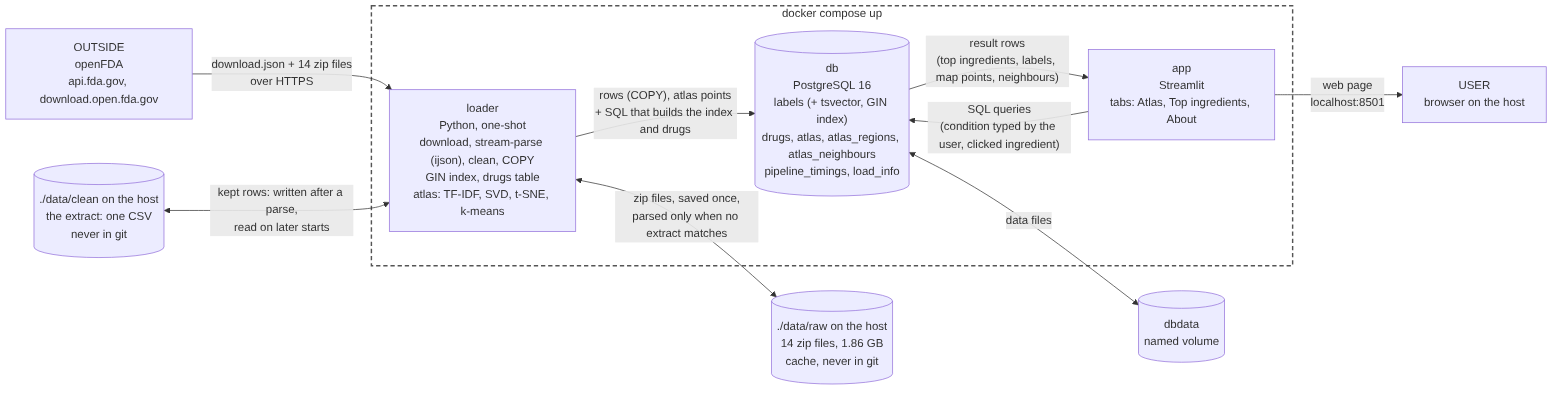
Earlier version of the Mermaid export docs/architecture.png (giulicastelli/drug-explorer). Its source is kept beside it as docs/architecture.mmd. The source it was exported from:
```mermaid
flowchart LR
    fda["OUTSIDE<br/>openFDA<br/>api.fda.gov, download.open.fda.gov"]
    raw[("./data/raw on the host<br/>14 zip files, 1.86 GB<br/>cache, never in git")]
    clean[("./data/clean on the host<br/>the extract: one CSV<br/>never in git")]
    browser["USER<br/>browser on the host"]

    subgraph compose ["docker compose up"]
        loader["loader<br/>Python, one-shot<br/>download, stream-parse (ijson), clean, COPY<br/>GIN index, drugs table<br/>atlas: TF-IDF, SVD, t-SNE, k-means"]
        db[("db<br/>PostgreSQL 16<br/>labels (+ tsvector, GIN index)<br/>drugs, atlas, atlas_regions, atlas_neighbours<br/>pipeline_timings, load_info")]
        app["app<br/>Streamlit<br/>tabs: Atlas, Top ingredients, About"]
    end

    vol[("dbdata<br/>named volume")]

    fda -- "download.json + 14 zip files<br/>over HTTPS" --> loader
    loader <-- "zip files, saved once,<br/>parsed only when no extract matches" --> raw
    clean <-- "kept rows: written after a parse,<br/>read on later starts" --> loader
    loader -- "rows (COPY), atlas points<br/>+ SQL that builds the index and drugs" --> db
    db <-- "data files" --> vol
    app -- "SQL queries<br/>(condition typed by the user, clicked ingredient)" --> db
    db -- "result rows<br/>(top ingredients, labels, map points, neighbours)" --> app
    app -- "web page<br/>localhost:8501" --> browser

    style compose fill:none,stroke:#555,stroke-width:2px,stroke-dasharray: 6 4
```
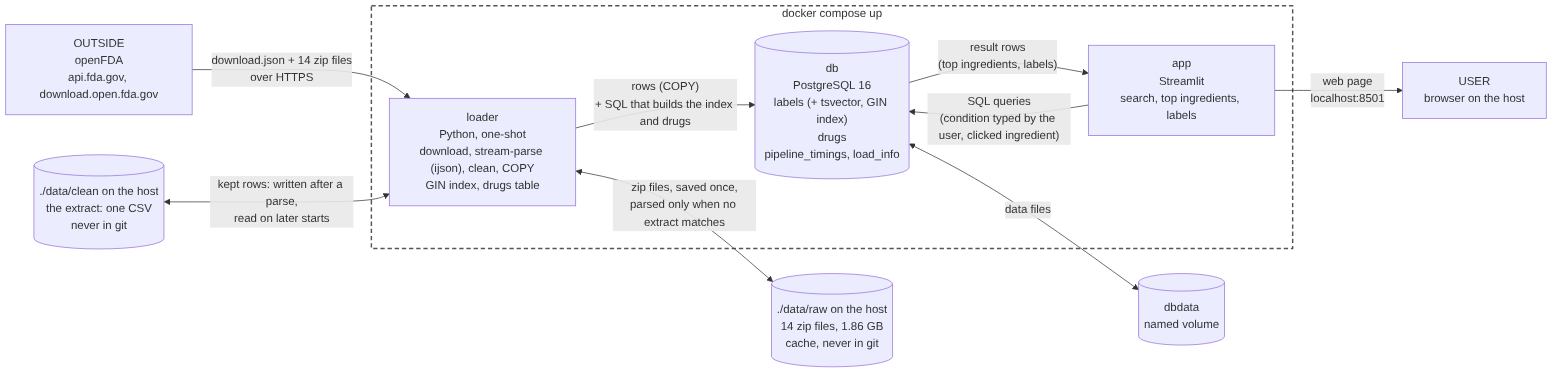
Later version of the same file.

Commit message:
Remove the atlas from compose and the diagram

What changed in the source:
```diff
@@ -5,9 +5,9 @@
     browser["USER<br/>browser on the host"]
 
     subgraph compose ["docker compose up"]
-        loader["loader<br/>Python, one-shot<br/>download, stream-parse (ijson), clean, COPY<br/>GIN index, drugs table<br/>atlas: TF-IDF, SVD, t-SNE, k-means"]
-        db[("db<br/>PostgreSQL 16<br/>labels (+ tsvector, GIN index)<br/>drugs, atlas, atlas_regions, atlas_neighbours<br/>pipeline_timings, load_info")]
-        app["app<br/>Streamlit<br/>tabs: Atlas, Top ingredients, About"]
+        loader["loader<br/>Python, one-shot<br/>download, stream-parse (ijson), clean, COPY<br/>GIN index, drugs table"]
+        db[("db<br/>PostgreSQL 16<br/>labels (+ tsvector, GIN index)<br/>drugs<br/>pipeline_timings, load_info")]
+        app["app<br/>Streamlit<br/>search, top ingredients, labels"]
     end
 
     vol[("dbdata<br/>named volume")]
@@ -15,10 +15,10 @@
     fda -- "download.json + 14 zip files<br/>over HTTPS" --> loader
     loader <-- "zip files, saved once,<br/>parsed only when no extract matches" --> raw
     clean <-- "kept rows: written after a parse,<br/>read on later starts" --> loader
-    loader -- "rows (COPY), atlas points<br/>+ SQL that builds the index and drugs" --> db
+    loader -- "rows (COPY)<br/>+ SQL that builds the index and drugs" --> db
     db <-- "data files" --> vol
     app -- "SQL queries<br/>(condition typed by the user, clicked ingredient)" --> db
-    db -- "result rows<br/>(top ingredients, labels, map points, neighbours)" --> app
+    db -- "result rows<br/>(top ingredients, labels)" --> app
     app -- "web page<br/>localhost:8501" --> browser
 
     style compose fill:none,stroke:#555,stroke-width:2px,stroke-dasharray: 6 4
```
